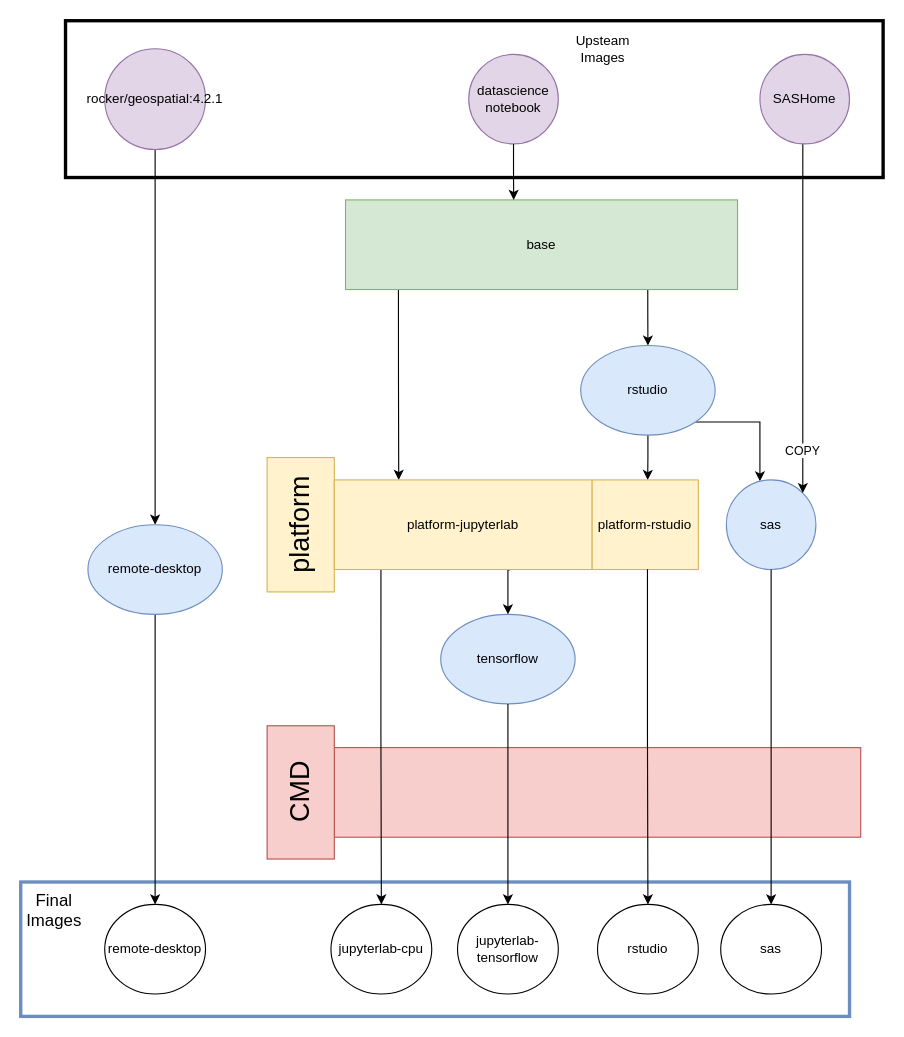
This is docs/images/image-stages.drawio from StatCan/aaw-kubeflow-containers, a draw.io file, before an edit. Source tidied: cells renumbered, new cells numbered last; positions are measured from the earlier drawing's top-left corner, leaving out a move shared by most shapes. Both pictures are drawn from the tidied source at 112%, with x=0, y=0 at pixel (20, 20).
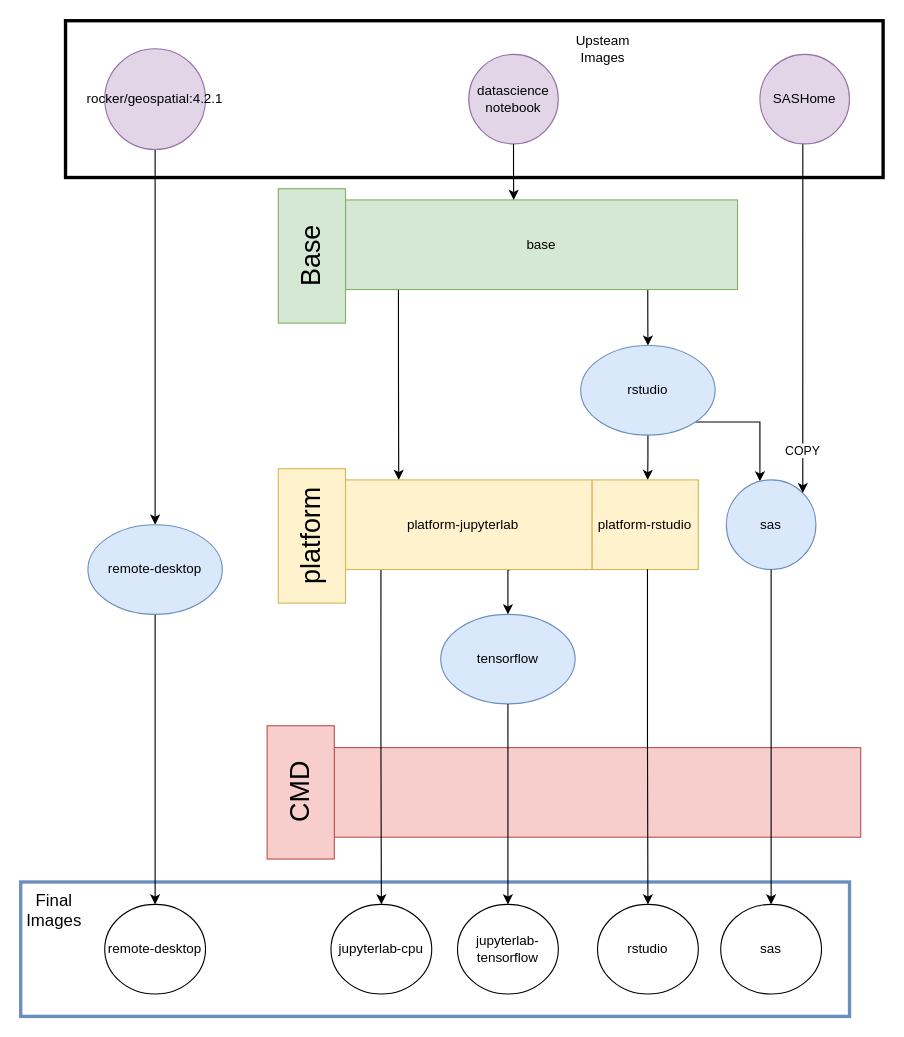
Above is the later version.

Diff of the diagram source:
```diff
@@
-    <mxCell id="28" value="platform" style="rectangle;whiteSpace=wrap;html=1;fillColor=#fff2cc;strokeColor=#d6b656;direction=west;textDirection=ltr;horizontal=0;fontSize=24;" parent="1" vertex="1">
-      <mxGeometry x="220" y="390" width="60" height="120" as="geometry" />
+    <mxCell id="28" value="Base" style="rectangle;whiteSpace=wrap;html=1;fillColor=#d5e8d4;strokeColor=#82b366;direction=west;textDirection=ltr;horizontal=0;fontSize=24;" parent="1" vertex="1">
+      <mxGeometry x="230" y="150" width="60" height="120" as="geometry" />
     </mxCell>
@@
+    <mxCell id="38" value="platform" style="rectangle;whiteSpace=wrap;html=1;fillColor=#fff2cc;strokeColor=#d6b656;direction=west;textDirection=ltr;horizontal=0;fontSize=24;" parent="1" vertex="1">
+      <mxGeometry x="230" y="400" width="60" height="120" as="geometry" />
+    </mxCell>
```
